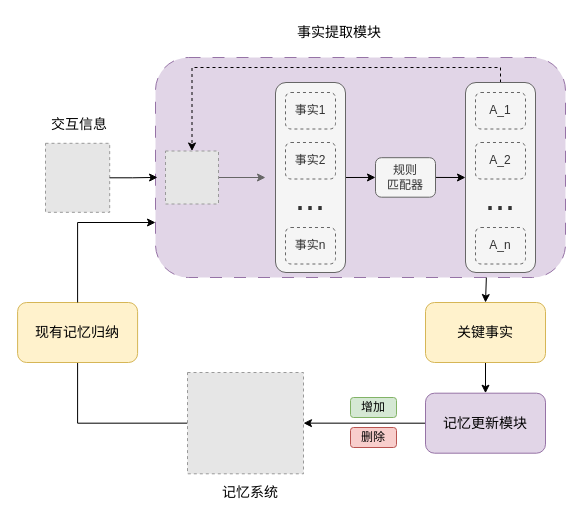
Before: 研究内容1.drawio in niuyiqun/llm_agent, a draw.io diagram. Source tidied: cells renumbered, new cells numbered last; positions are measured from the earlier drawing's top-left corner, leaving out a move shared by most shapes. Both pictures are drawn from the tidied source at 100%, with x=0, y=0 at pixel (17, 17). Pictures stored in the file or linked from it are replaced by grey dashed boxes.
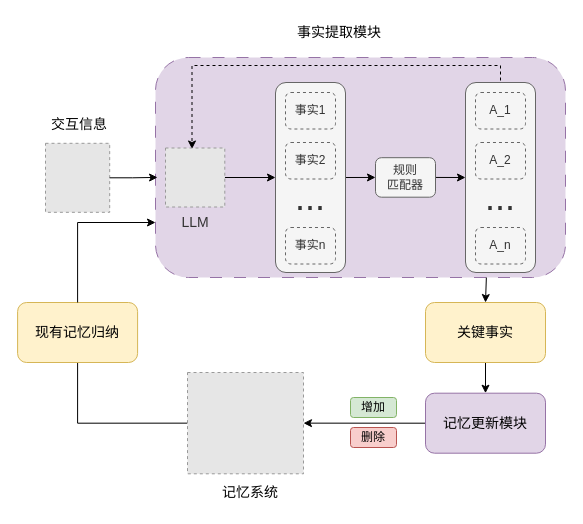
The same diagram, later.

Commit message (it also covers changes not shown here):
更新研究内容1.drawio

The change refers to these unchanged cells:
```xml
<mxCell id="6" style="rounded=1;whiteSpace=wrap;html=1;fillColor=#f5f5f5;fontColor=#333333;strokeColor=#666666;" parent="1" vertex="1">
  <mxGeometry x="258" y="65" width="70" height="190" as="geometry" />
</mxCell>
<mxCell id="14" style="rounded=1;whiteSpace=wrap;html=1;fillColor=#f5f5f5;fontColor=#333333;strokeColor=#666666;" parent="1" vertex="1">
  <mxGeometry x="448" y="65" width="70" height="190" as="geometry" />
</mxCell>
```

The edit, as a diff of the source:
```diff
@@
-    <mxCell id="3" style="edgeStyle=orthogonalEdgeStyle;rounded=0;jettySize=auto;html=1;exitX=1;exitY=0.5;exitDx=0;exitDy=0;fillColor=#f5f5f5;strokeColor=#666666;" parent="1" edge="1" source="4">
-      <mxGeometry relative="1" as="geometry">
-        <mxPoint x="248" y="160" as="targetPoint" />
-      </mxGeometry>
-    </mxCell>
-    <mxCell id="4" style="fillColor=#E6E6E6;strokeColor=#999999;dashed=1;verticalLabelPosition=bottom;verticalAlign=top;" parent="1" vertex="1">
-      <mxGeometry x="148" y="133.5" width="53" height="53" as="geometry" />
-    </mxCell>
@@
-    <mxCell id="13" style="edgeStyle=orthogonalEdgeStyle;rounded=0;jettySize=auto;html=1;exitX=0.5;exitY=0;exitDx=0;exitDy=0;entryX=0.5;entryY=0;entryDx=0;entryDy=0;dashed=1;" parent="1" edge="1" source="14" target="4">
+    <mxCell id="13" style="edgeStyle=orthogonalEdgeStyle;rounded=0;orthogonalLoop=1;jettySize=auto;html=1;exitX=0.5;exitY=0;exitDx=0;exitDy=0;entryX=0.5;entryY=0;entryDx=0;entryDy=0;dashed=1;" parent="1" edge="1">
       <mxGeometry relative="1" as="geometry">
+        <mxPoint x="483" y="63" as="sourcePoint" />
+        <mxPoint x="174.5" y="131.5" as="targetPoint" />
         <Array as="points">
-          <mxPoint x="483" y="50" />
-          <mxPoint x="175" y="50" />
+          <mxPoint x="483" y="48" />
+          <mxPoint x="175" y="48" />
         </Array>
       </mxGeometry>
     </mxCell>
@@
+    <mxCell id="35" style="edgeStyle=orthogonalEdgeStyle;rounded=0;jettySize=auto;html=1;exitX=1;exitY=0.5;exitDx=0;exitDy=0;entryX=0;entryY=0.5;entryDx=0;entryDy=0;" parent="1" edge="1" source="36" target="6">
+      <mxGeometry relative="1" as="geometry" />
+    </mxCell>
+    <mxCell id="36" style="fillColor=#E6E6E6;strokeColor=#999999;dashed=1;verticalLabelPosition=bottom;verticalAlign=top;" parent="1" vertex="1">
+      <mxGeometry x="148" y="130.5" width="59.3" height="59" as="geometry" />
+    </mxCell>
+    <mxCell id="37" value="&lt;font style=&quot;font-size: 14px;&quot;&gt;LLM&lt;/font&gt;" style="text;strokeColor=none;align=center;fillColor=none;html=1;verticalAlign=middle;whiteSpace=wrap;rounded=0;fontColor=#333333;dashed=1;dashPattern=1 4;" parent="1" vertex="1">
+      <mxGeometry x="148" y="189.5" width="60" height="30" as="geometry" />
+    </mxCell>
```
